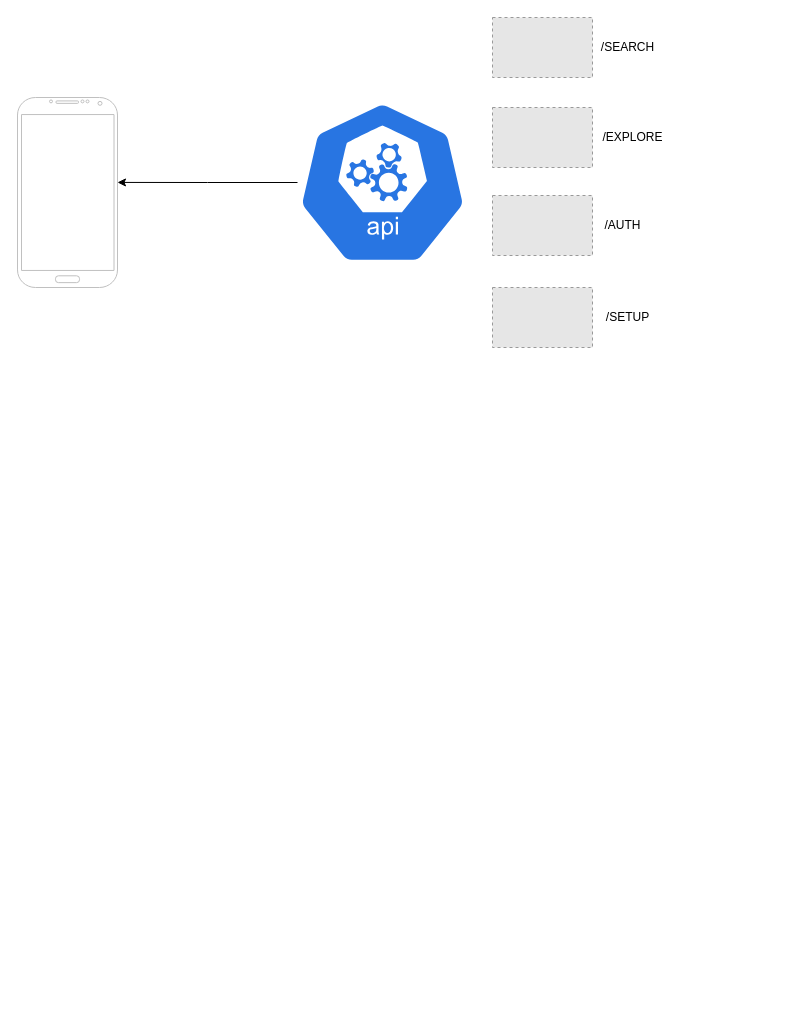
Shashikala99/choco-api keeps this draw.io diagram as PBS.drawio. Above is the earlier version. Source tidied: cells renumbered, new cells numbered last; positions are measured from the earlier drawing's top-left corner, leaving out a move shared by most shapes. Both pictures are drawn from the tidied source at 100%, with x=0, y=0 at pixel (17, 17). Pictures stored in the file or linked from it are replaced by grey dashed boxes.
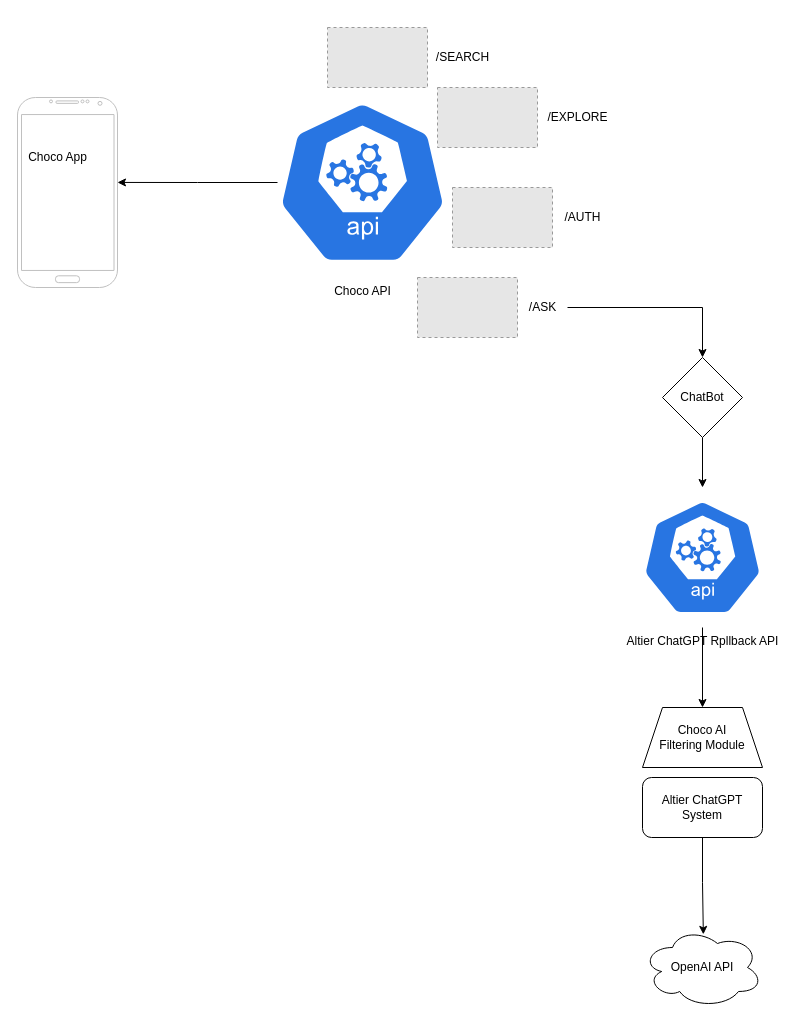
After the change.

What changed in the source:
```diff
@@
-    <mxCell id="4" style="sketch=0;html=1;dashed=0;whitespace=wrap;fillColor=#2875E2;strokeColor=#ffffff;points=[[0.005,0.63,0],[0.1,0.2,0],[0.9,0.2,0],[0.5,0,0],[0.995,0.63,0],[0.72,0.99,0],[0.5,1,0],[0.28,0.99,0]];verticalLabelPosition=bottom;align=center;verticalAlign=top;shape=mxgraph.kubernetes.icon;prIcon=api;" parent="1" vertex="1">
-      <mxGeometry x="280" y="70" width="170" height="190" as="geometry" />
+    <mxCell id="4" value="Choco API" style="sketch=0;html=1;dashed=0;whitespace=wrap;fillColor=#2875E2;strokeColor=#ffffff;points=[[0.005,0.63,0],[0.1,0.2,0],[0.9,0.2,0],[0.5,0,0],[0.995,0.63,0],[0.72,0.99,0],[0.5,1,0],[0.28,0.99,0]];verticalLabelPosition=bottom;align=center;verticalAlign=top;shape=mxgraph.kubernetes.icon;prIcon=api;" parent="1" vertex="1">
+      <mxGeometry x="260" y="70" width="170" height="190" as="geometry" />
     </mxCell>
-    <mxCell id="5" style="fillColor=#E6E6E6;strokeColor=#999999;dashed=1;verticalLabelPosition=bottom;labelBackgroundColor=#ffffff;verticalAlign=top;" parent="1" vertex="1">
-      <mxGeometry x="475" y="178" width="100" height="60" as="geometry" />
-    </mxCell>
-    <mxCell id="6" style="fillColor=#E6E6E6;strokeColor=#999999;dashed=1;verticalLabelPosition=bottom;labelBackgroundColor=#ffffff;verticalAlign=top;" parent="1" vertex="1">
-      <mxGeometry x="475" y="270" width="100" height="60" as="geometry" />
-    </mxCell>
     <mxCell id="7" style="group;" parent="1" vertex="1">
-      <mxGeometry x="475" width="175" height="60" as="geometry" />
+      <mxGeometry x="310" y="10" width="175" height="60" as="geometry" />
     </mxCell>
@@
     <mxCell id="10" style="group;" parent="1" vertex="1">
-      <mxGeometry x="475" y="90" width="190" height="60" as="geometry" />
+      <mxGeometry x="420" y="70" width="190" height="60" as="geometry" />
     </mxCell>
@@
+    <mxCell id="15" style="edgeStyle=orthogonalEdgeStyle;rounded=0;jettySize=auto;html=1;entryX=0.5;entryY=0;entryDx=0;entryDy=0;strokeColor=default;" parent="1" edge="1" source="14" target="17">
+      <mxGeometry relative="1" as="geometry" />
+    </mxCell>
+    <mxCell id="16" style="edgeStyle=orthogonalEdgeStyle;rounded=0;jettySize=auto;html=1;exitX=0.5;exitY=1;exitDx=0;exitDy=0;entryX=0.5;entryY=0;entryDx=0;entryDy=0;entryPerimeter=0;strokeColor=default;" parent="1" edge="1" source="17" target="19">
+      <mxGeometry relative="1" as="geometry" />
+    </mxCell>
+    <mxCell id="17" value="ChatBot" style="rhombus;whiteSpace=wrap;html=1;" parent="1" vertex="1">
+      <mxGeometry x="645" y="340" width="80" height="80" as="geometry" />
+    </mxCell>
+    <mxCell id="18" style="edgeStyle=orthogonalEdgeStyle;rounded=0;jettySize=auto;html=1;entryX=0.5;entryY=0;entryDx=0;entryDy=0;strokeColor=default;" parent="1" edge="1" source="19" target="26">
+      <mxGeometry relative="1" as="geometry" />
+    </mxCell>
+    <mxCell id="19" value="Altier ChatGPT Rpllback API" style="sketch=0;html=1;dashed=0;whitespace=wrap;fillColor=#2875E2;strokeColor=#ffffff;points=[[0.005,0.63,0],[0.1,0.2,0],[0.9,0.2,0],[0.5,0,0],[0.995,0.63,0],[0.72,0.99,0],[0.5,1,0],[0.28,0.99,0]];verticalLabelPosition=bottom;align=center;verticalAlign=top;shape=mxgraph.kubernetes.icon;prIcon=api;" parent="1" vertex="1">
+      <mxGeometry x="625" y="470" width="120" height="140" as="geometry" />
+    </mxCell>
+    <mxCell id="20" style="group;" parent="1" vertex="1">
+      <mxGeometry x="400" y="260" width="150" height="60" as="geometry" />
+    </mxCell>
+    <mxCell id="6" style="fillColor=#E6E6E6;strokeColor=#999999;dashed=1;verticalLabelPosition=bottom;labelBackgroundColor=#ffffff;verticalAlign=top;" parent="20" vertex="1">
+      <mxGeometry width="100" height="60" as="geometry" />
+    </mxCell>
+    <mxCell id="14" value="/ASK" style="text;html=1;align=center;verticalAlign=middle;points=[];fillColor=none;strokeColor=none;rounded=0;" parent="20" vertex="1">
+      <mxGeometry x="100" y="15" width="50" height="30" as="geometry" />
+    </mxCell>
+    <mxCell id="21" style="group;" parent="1" vertex="1">
+      <mxGeometry x="435" y="170" width="160" height="60" as="geometry" />
+    </mxCell>
+    <mxCell id="5" style="fillColor=#E6E6E6;strokeColor=#999999;dashed=1;verticalLabelPosition=bottom;labelBackgroundColor=#ffffff;verticalAlign=top;" parent="21" vertex="1">
+      <mxGeometry width="100" height="60" as="geometry" />
+    </mxCell>
-    <mxCell id="13" value="/AUTH" style="text;html=1;align=center;verticalAlign=middle;fillColor=none;strokeColor=none;rounded=0;" parent="1" vertex="1">
-      <mxGeometry x="575" y="193" width="60" height="30" as="geometry" />
+    <mxCell id="13" value="/AUTH" style="text;html=1;align=center;verticalAlign=middle;fillColor=none;strokeColor=none;rounded=0;" parent="21" vertex="1">
+      <mxGeometry x="100" y="15" width="60" height="30" as="geometry" />
     </mxCell>
-    <mxCell id="14" value="/SETUP" style="text;html=1;align=center;verticalAlign=middle;points=[];fillColor=none;strokeColor=none;rounded=0;" parent="1" vertex="1">
-      <mxGeometry x="575" y="285" width="70" height="30" as="geometry" />
-    </mxCell>
+    <mxCell id="22" value="Choco App" style="text;html=1;align=center;verticalAlign=middle;fillColor=none;strokeColor=none;rounded=0;" parent="1" vertex="1">
+      <mxGeometry y="125" width="80" height="30" as="geometry" />
+    </mxCell>
+    <mxCell id="23" value="OpenAI API" style="ellipse;shape=cloud;whiteSpace=wrap;html=1;" parent="1" vertex="1">
+      <mxGeometry x="625" y="910" width="120" height="80" as="geometry" />
+    </mxCell>
+    <mxCell id="24" style="group;" parent="1" vertex="1">
+      <mxGeometry x="625" y="690" width="120" height="140" as="geometry" />
+    </mxCell>
+    <mxCell id="25" value="Altier ChatGPT System" style="rounded=1;whiteSpace=wrap;html=1;" parent="24" vertex="1">
+      <mxGeometry y="70" width="120" height="60" as="geometry" />
+    </mxCell>
+    <mxCell id="26" value="Choco AI &lt;br&gt;Filtering Module" style="shape=trapezoid;perimeter=trapezoidPerimeter;whiteSpace=wrap;html=1;fixedSize=1;" parent="24" vertex="1">
+      <mxGeometry width="120" height="60" as="geometry" />
+    </mxCell>
+    <mxCell id="27" style="edgeStyle=orthogonalEdgeStyle;rounded=0;jettySize=auto;html=1;entryX=0.507;entryY=0.086;entryDx=0;entryDy=0;entryPerimeter=0;strokeColor=default;" parent="1" edge="1" source="25" target="23">
+      <mxGeometry relative="1" as="geometry" />
+    </mxCell>
```
